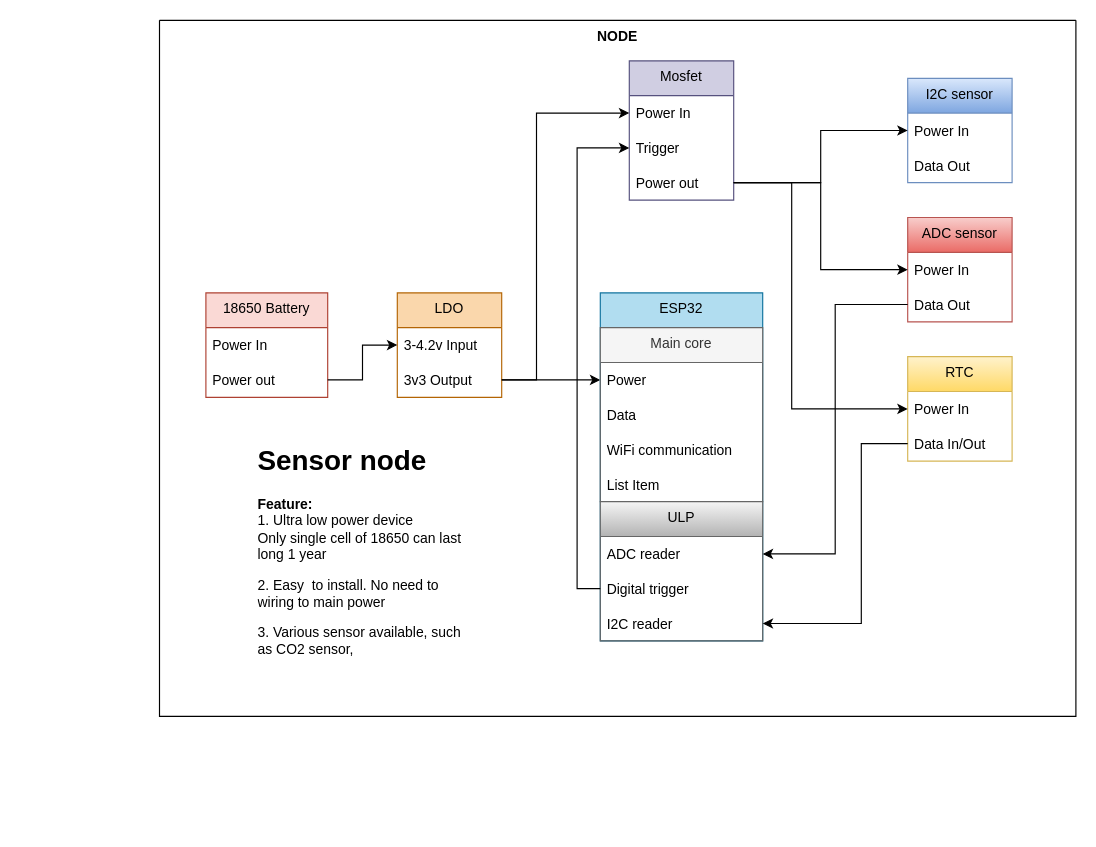
Before: page "Page-1" (1 of 2) of Untitled Diagram.drawio in tdnet12434/using_markers, a draw.io diagram. Source tidied: cells renumbered, new cells numbered last; positions are measured from the earlier drawing's top-left corner, leaving out a move shared by most shapes. Both pictures are drawn from the tidied source at 116%, with x=0, y=0 at pixel (159, 20).
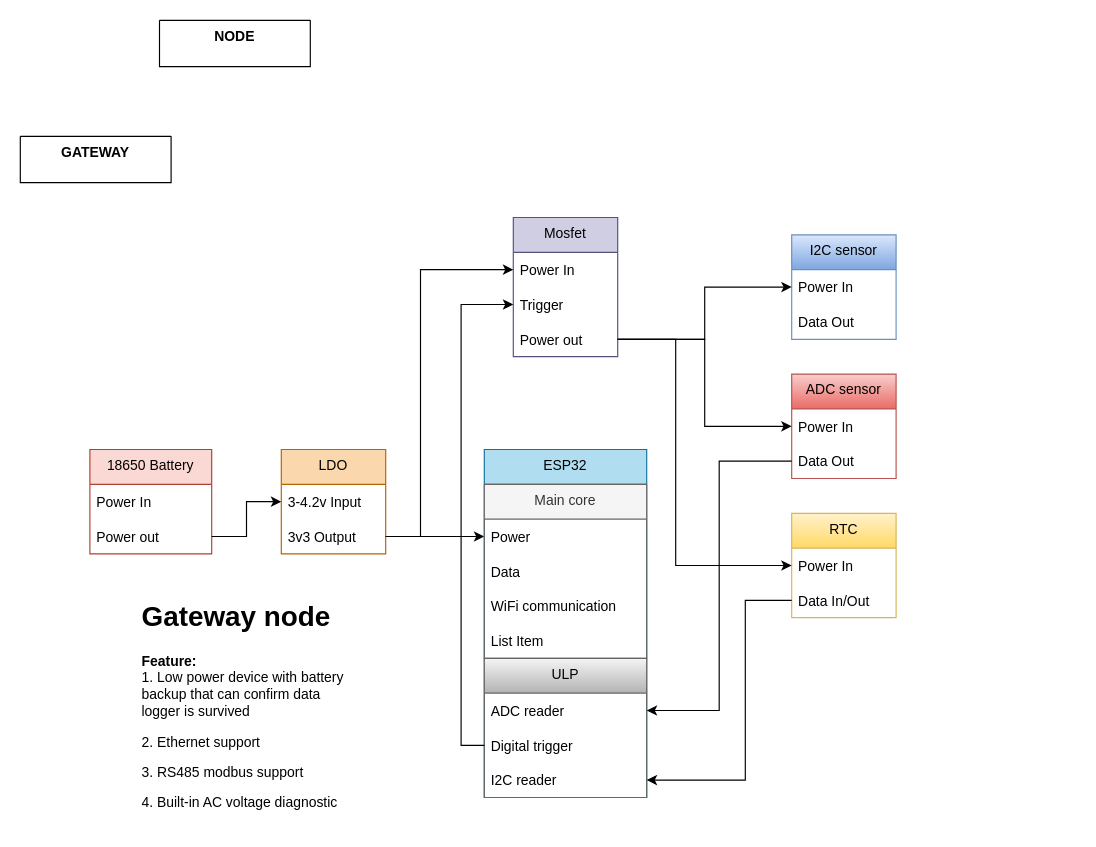
The same diagram, later.

Commit message:
Gateway description

The change refers to these unchanged cells:
```xml
<mxCell id="5" value="Data In/Out" style="text;strokeColor=none;fillColor=none;align=left;verticalAlign=middle;spacingLeft=4;spacingRight=4;overflow=hidden;points=[[0,0.5],[1,0.5]];portConstraint=eastwest;" parent="3" vertex="1">
  <mxGeometry y="60" width="90" height="30" as="geometry" />
</mxCell>
<mxCell id="7" value="3-4.2v Input" style="text;strokeColor=none;fillColor=none;align=left;verticalAlign=middle;spacingLeft=4;spacingRight=4;overflow=hidden;points=[[0,0.5],[1,0.5]];portConstraint=eastwest;" parent="6" vertex="1">
  <mxGeometry y="30" width="90" height="30" as="geometry" />
</mxCell>
<mxCell id="8" value="3v3 Output" style="text;strokeColor=none;fillColor=none;align=left;verticalAlign=middle;spacingLeft=4;spacingRight=4;overflow=hidden;points=[[0,0.5],[1,0.5]];portConstraint=eastwest;" parent="6" vertex="1">
  <mxGeometry y="60" width="90" height="30" as="geometry" />
</mxCell>
<mxCell id="11" value="Power out" style="text;strokeColor=none;fillColor=none;align=left;verticalAlign=middle;spacingLeft=4;spacingRight=4;overflow=hidden;points=[[0,0.5],[1,0.5]];portConstraint=eastwest;" parent="9" vertex="1">
  <mxGeometry y="60" width="105" height="30" as="geometry" />
</mxCell>
<mxCell id="21" value="Trigger" style="text;strokeColor=none;fillColor=none;align=left;verticalAlign=middle;spacingLeft=4;spacingRight=4;overflow=hidden;points=[[0,0.5],[1,0.5]];portConstraint=eastwest;" parent="19" vertex="1">
  <mxGeometry y="60" width="90" height="30" as="geometry" />
</mxCell>
<mxCell id="22" value="Power out" style="text;strokeColor=none;fillColor=none;align=left;verticalAlign=middle;spacingLeft=4;spacingRight=4;overflow=hidden;points=[[0,0.5],[1,0.5]];portConstraint=eastwest;" parent="19" vertex="1">
  <mxGeometry y="90" width="90" height="30" as="geometry" />
</mxCell>
<mxCell id="29" value="Power" style="text;strokeColor=none;fillColor=none;align=left;verticalAlign=middle;spacingLeft=4;spacingRight=4;overflow=hidden;points=[[0,0.5],[1,0.5]];portConstraint=eastwest;" parent="28" vertex="1">
  <mxGeometry y="30" width="140" height="30" as="geometry" />
</mxCell>
<mxCell id="34" value="ADC reader" style="text;strokeColor=none;fillColor=none;align=left;verticalAlign=middle;spacingLeft=4;spacingRight=4;overflow=hidden;points=[[0,0.5],[1,0.5]];portConstraint=eastwest;" parent="33" vertex="1">
  <mxGeometry y="30" width="140" height="30" as="geometry" />
</mxCell>
<mxCell id="35" value="Digital trigger" style="text;strokeColor=none;fillColor=none;align=left;verticalAlign=middle;spacingLeft=4;spacingRight=4;overflow=hidden;points=[[0,0.5],[1,0.5]];portConstraint=eastwest;" parent="33" vertex="1">
  <mxGeometry y="60" width="140" height="30" as="geometry" />
</mxCell>
<mxCell id="36" value="I2C reader" style="text;strokeColor=none;fillColor=none;align=left;verticalAlign=middle;spacingLeft=4;spacingRight=4;overflow=hidden;points=[[0,0.5],[1,0.5]];portConstraint=eastwest;" parent="33" vertex="1">
  <mxGeometry y="90" width="140" height="30" as="geometry" />
</mxCell>
```

Change to the diagram source:
```diff
@@
-    <mxCell id="2" value="NODE" style="swimlane;startSize=0;verticalAlign=top;" parent="1" vertex="1">
-      <mxGeometry width="790" height="600" as="geometry" />
+    <mxCell id="2" value="NODE" style="swimlane;startSize=0;verticalAlign=top;" parent="1" vertex="1" collapsed="1">
+      <mxGeometry width="130" height="40" as="geometry" />
     </mxCell>
+    <mxCell id="42" value="GATEWAY" style="swimlane;startSize=0;verticalAlign=top;" parent="1" vertex="1" collapsed="1">
+      <mxGeometry x="-120" y="100" width="130" height="40" as="geometry" />
+    </mxCell>
-    <mxCell id="3" value="RTC" style="swimlane;fontStyle=0;horizontal=1;startSize=30;verticalAlign=top;fillColor=#fff2cc;strokeColor=#d6b656;gradientColor=#ffd966;" parent="2" vertex="1">
-      <mxGeometry x="645" y="290" width="90" height="90" as="geometry" />
+    <mxCell id="3" value="RTC" style="swimlane;fontStyle=0;horizontal=1;startSize=30;verticalAlign=top;fillColor=#fff2cc;strokeColor=#d6b656;gradientColor=#ffd966;" parent="1" vertex="1">
+      <mxGeometry x="545" y="425" width="90" height="90" as="geometry" />
     </mxCell>
-    <mxCell id="4" value="Power In" style="text;strokeColor=none;fillColor=none;align=left;verticalAlign=middle;spacingLeft=4;spacingRight=4;overflow=hidden;points=[[0,0.5],[1,0.5]];portConstraint=eastwest;" parent="3" vertex="1">
-      <mxGeometry y="30" width="90" height="30" as="geometry" />
-    </mxCell>
+    <mxCell id="43" value="Power In" style="text;strokeColor=none;fillColor=none;align=left;verticalAlign=middle;spacingLeft=4;spacingRight=4;overflow=hidden;points=[[0,0.5],[1,0.5]];portConstraint=eastwest;" parent="3" vertex="1">
+      <mxGeometry y="30" width="90" height="30" as="geometry" />
+    </mxCell>
@@
-    <mxCell id="6" value="LDO" style="swimlane;fontStyle=0;horizontal=1;startSize=30;verticalAlign=top;fillColor=#fad7ac;strokeColor=#b46504;" parent="2" vertex="1">
-      <mxGeometry x="205" y="235" width="90" height="90" as="geometry" />
+    <mxCell id="6" value="LDO" style="swimlane;fontStyle=0;horizontal=1;startSize=30;verticalAlign=top;fillColor=#fad7ac;strokeColor=#b46504;" parent="1" vertex="1">
+      <mxGeometry x="105" y="370" width="90" height="90" as="geometry" />
     </mxCell>
@@
-    <mxCell id="9" value="18650 Battery" style="swimlane;fontStyle=0;horizontal=1;startSize=30;verticalAlign=top;fillColor=#fad9d5;strokeColor=#ae4132;" parent="2" vertex="1">
-      <mxGeometry x="40" y="235" width="105" height="90" as="geometry" />
+    <mxCell id="9" value="18650 Battery" style="swimlane;fontStyle=0;horizontal=1;startSize=30;verticalAlign=top;fillColor=#fad9d5;strokeColor=#ae4132;" parent="1" vertex="1">
+      <mxGeometry x="-60" y="370" width="105" height="90" as="geometry" />
     </mxCell>
@@
-    <mxCell id="12" value="ADC sensor" style="swimlane;fontStyle=0;horizontal=1;startSize=30;verticalAlign=top;fillColor=#f8cecc;strokeColor=#b85450;gradientColor=#ea6b66;" parent="2" vertex="1">
-      <mxGeometry x="645" y="170" width="90" height="90" as="geometry" />
+    <mxCell id="12" value="ADC sensor" style="swimlane;fontStyle=0;horizontal=1;startSize=30;verticalAlign=top;fillColor=#f8cecc;strokeColor=#b85450;gradientColor=#ea6b66;" parent="1" vertex="1">
+      <mxGeometry x="545" y="305" width="90" height="90" as="geometry" />
     </mxCell>
-    <mxCell id="13" value="Power In" style="text;strokeColor=none;fillColor=none;align=left;verticalAlign=middle;spacingLeft=4;spacingRight=4;overflow=hidden;points=[[0,0.5],[1,0.5]];portConstraint=eastwest;" parent="12" vertex="1">
-      <mxGeometry y="30" width="90" height="30" as="geometry" />
-    </mxCell>
-    <mxCell id="14" value="Data Out" style="text;strokeColor=none;fillColor=none;align=left;verticalAlign=middle;spacingLeft=4;spacingRight=4;overflow=hidden;points=[[0,0.5],[1,0.5]];portConstraint=eastwest;" parent="12" vertex="1">
-      <mxGeometry y="60" width="90" height="30" as="geometry" />
-    </mxCell>
+    <mxCell id="44" value="Power In" style="text;strokeColor=none;fillColor=none;align=left;verticalAlign=middle;spacingLeft=4;spacingRight=4;overflow=hidden;points=[[0,0.5],[1,0.5]];portConstraint=eastwest;" parent="12" vertex="1">
+      <mxGeometry y="30" width="90" height="30" as="geometry" />
+    </mxCell>
+    <mxCell id="45" value="Data Out" style="text;strokeColor=none;fillColor=none;align=left;verticalAlign=middle;spacingLeft=4;spacingRight=4;overflow=hidden;points=[[0,0.5],[1,0.5]];portConstraint=eastwest;" parent="12" vertex="1">
+      <mxGeometry y="60" width="90" height="30" as="geometry" />
+    </mxCell>
-    <mxCell id="15" value="I2C sensor" style="swimlane;fontStyle=0;horizontal=1;startSize=30;verticalAlign=top;fillColor=#dae8fc;strokeColor=#6c8ebf;gradientColor=#7ea6e0;" parent="2" vertex="1">
-      <mxGeometry x="645" y="50" width="90" height="90" as="geometry" />
+    <mxCell id="15" value="I2C sensor" style="swimlane;fontStyle=0;horizontal=1;startSize=30;verticalAlign=top;fillColor=#dae8fc;strokeColor=#6c8ebf;gradientColor=#7ea6e0;" parent="1" vertex="1">
+      <mxGeometry x="545" y="185" width="90" height="90" as="geometry" />
     </mxCell>
-    <mxCell id="16" value="Power In" style="text;strokeColor=none;fillColor=none;align=left;verticalAlign=middle;spacingLeft=4;spacingRight=4;overflow=hidden;points=[[0,0.5],[1,0.5]];portConstraint=eastwest;" parent="15" vertex="1">
-      <mxGeometry y="30" width="90" height="30" as="geometry" />
-    </mxCell>
-    <mxCell id="17" value="Data Out" style="text;strokeColor=none;fillColor=none;align=left;verticalAlign=middle;spacingLeft=4;spacingRight=4;overflow=hidden;" parent="15" vertex="1">
-      <mxGeometry y="60" width="90" height="30" as="geometry" />
-    </mxCell>
+    <mxCell id="46" value="Power In" style="text;strokeColor=none;fillColor=none;align=left;verticalAlign=middle;spacingLeft=4;spacingRight=4;overflow=hidden;points=[[0,0.5],[1,0.5]];portConstraint=eastwest;" parent="15" vertex="1">
+      <mxGeometry y="30" width="90" height="30" as="geometry" />
+    </mxCell>
+    <mxCell id="47" value="Data Out" style="text;strokeColor=none;fillColor=none;align=left;verticalAlign=middle;spacingLeft=4;spacingRight=4;overflow=hidden;" parent="15" vertex="1">
+      <mxGeometry y="60" width="90" height="30" as="geometry" />
+    </mxCell>
-    <mxCell id="18" style="edgeStyle=orthogonalEdgeStyle;rounded=0;jettySize=auto;html=1;entryX=0;entryY=0.5;entryDx=0;entryDy=0;" parent="2" edge="1" source="11" target="7">
+    <mxCell id="18" style="edgeStyle=orthogonalEdgeStyle;rounded=0;jettySize=auto;html=1;entryX=0;entryY=0.5;entryDx=0;entryDy=0;" parent="1" edge="1" source="11" target="7">
       <mxGeometry relative="1" as="geometry" />
     </mxCell>
-    <mxCell id="19" value="Mosfet" style="swimlane;fontStyle=0;horizontal=1;startSize=30;verticalAlign=top;fillColor=#d0cee2;strokeColor=#56517e;" parent="2" vertex="1">
-      <mxGeometry x="405" y="35" width="90" height="120" as="geometry" />
+    <mxCell id="19" value="Mosfet" style="swimlane;fontStyle=0;horizontal=1;startSize=30;verticalAlign=top;fillColor=#d0cee2;strokeColor=#56517e;" parent="1" vertex="1">
+      <mxGeometry x="305" y="170" width="90" height="120" as="geometry" />
     </mxCell>
-    <mxCell id="20" value="Power In" style="text;strokeColor=none;fillColor=none;align=left;verticalAlign=middle;spacingLeft=4;spacingRight=4;overflow=hidden;points=[[0,0.5],[1,0.5]];portConstraint=eastwest;" parent="19" vertex="1">
-      <mxGeometry y="30" width="90" height="30" as="geometry" />
-    </mxCell>
+    <mxCell id="48" value="Power In" style="text;strokeColor=none;fillColor=none;align=left;verticalAlign=middle;spacingLeft=4;spacingRight=4;overflow=hidden;points=[[0,0.5],[1,0.5]];portConstraint=eastwest;" parent="19" vertex="1">
+      <mxGeometry y="30" width="90" height="30" as="geometry" />
+    </mxCell>
@@
-    <mxCell id="23" style="edgeStyle=orthogonalEdgeStyle;rounded=0;jettySize=auto;html=1;exitX=1;exitY=0.5;exitDx=0;exitDy=0;" parent="2" edge="1" source="22" target="16">
-      <mxGeometry relative="1" as="geometry" />
-    </mxCell>
-    <mxCell id="24" style="edgeStyle=orthogonalEdgeStyle;rounded=0;jettySize=auto;html=1;exitX=1;exitY=0.5;exitDx=0;exitDy=0;entryX=0;entryY=0.5;entryDx=0;entryDy=0;" parent="2" edge="1" source="22" target="13">
-      <mxGeometry relative="1" as="geometry" />
-    </mxCell>
-    <mxCell id="25" style="edgeStyle=orthogonalEdgeStyle;rounded=0;jettySize=auto;html=1;exitX=1;exitY=0.5;exitDx=0;exitDy=0;" parent="2" edge="1" source="22" target="4">
-      <mxGeometry relative="1" as="geometry">
-        <Array as="points">
-          <mxPoint x="545" y="140" />
-          <mxPoint x="545" y="335" />
-        </Array>
-      </mxGeometry>
-    </mxCell>
+    <mxCell id="49" style="edgeStyle=orthogonalEdgeStyle;rounded=0;jettySize=auto;html=1;exitX=1;exitY=0.5;exitDx=0;exitDy=0;" parent="1" edge="1" source="22" target="46">
+      <mxGeometry relative="1" as="geometry" />
+    </mxCell>
+    <mxCell id="50" style="edgeStyle=orthogonalEdgeStyle;rounded=0;jettySize=auto;html=1;exitX=1;exitY=0.5;exitDx=0;exitDy=0;entryX=0;entryY=0.5;entryDx=0;entryDy=0;" parent="1" edge="1" source="22" target="44">
+      <mxGeometry relative="1" as="geometry" />
+    </mxCell>
+    <mxCell id="51" style="edgeStyle=orthogonalEdgeStyle;rounded=0;jettySize=auto;html=1;exitX=1;exitY=0.5;exitDx=0;exitDy=0;" parent="1" edge="1" source="22" target="43">
+      <mxGeometry relative="1" as="geometry">
+        <Array as="points">
+          <mxPoint x="445" y="275" />
+          <mxPoint x="445" y="470" />
+        </Array>
+      </mxGeometry>
+    </mxCell>
-    <mxCell id="26" style="edgeStyle=orthogonalEdgeStyle;rounded=0;jettySize=auto;html=1;exitX=1;exitY=0.5;exitDx=0;exitDy=0;entryX=0;entryY=0.5;entryDx=0;entryDy=0;" parent="2" edge="1" source="8" target="29">
+    <mxCell id="26" style="edgeStyle=orthogonalEdgeStyle;rounded=0;jettySize=auto;html=1;exitX=1;exitY=0.5;exitDx=0;exitDy=0;entryX=0;entryY=0.5;entryDx=0;entryDy=0;" parent="1" edge="1" source="8" target="29">
       <mxGeometry relative="1" as="geometry" />
     </mxCell>
-    <mxCell id="27" value="ESP32" style="swimlane;fontStyle=0;horizontal=1;startSize=30;verticalAlign=top;fillColor=#b1ddf0;strokeColor=#10739e;" parent="2" vertex="1">
-      <mxGeometry x="380" y="235" width="140" height="300" as="geometry" />
+    <mxCell id="27" value="ESP32" style="swimlane;fontStyle=0;horizontal=1;startSize=30;verticalAlign=top;fillColor=#b1ddf0;strokeColor=#10739e;" parent="1" vertex="1">
+      <mxGeometry x="280" y="370" width="140" height="300" as="geometry" />
     </mxCell>
@@
-    <mxCell id="37" style="edgeStyle=orthogonalEdgeStyle;rounded=0;jettySize=auto;html=1;exitX=1;exitY=0.5;exitDx=0;exitDy=0;entryX=0;entryY=0.5;entryDx=0;entryDy=0;" parent="2" edge="1" source="8" target="20">
-      <mxGeometry relative="1" as="geometry">
-        <Array as="points">
-          <mxPoint x="325" y="310" />
-          <mxPoint x="325" y="80" />
-        </Array>
-      </mxGeometry>
-    </mxCell>
+    <mxCell id="52" style="edgeStyle=orthogonalEdgeStyle;rounded=0;jettySize=auto;html=1;exitX=1;exitY=0.5;exitDx=0;exitDy=0;entryX=0;entryY=0.5;entryDx=0;entryDy=0;" parent="1" edge="1" source="8" target="48">
+      <mxGeometry relative="1" as="geometry">
+        <Array as="points">
+          <mxPoint x="225" y="445" />
+          <mxPoint x="225" y="215" />
+        </Array>
+      </mxGeometry>
+    </mxCell>
-    <mxCell id="38" style="edgeStyle=orthogonalEdgeStyle;rounded=0;jettySize=auto;html=1;entryX=0;entryY=0.5;entryDx=0;entryDy=0;" parent="2" edge="1" source="35" target="21">
+    <mxCell id="38" style="edgeStyle=orthogonalEdgeStyle;rounded=0;jettySize=auto;html=1;entryX=0;entryY=0.5;entryDx=0;entryDy=0;" parent="1" edge="1" source="35" target="21">
       <mxGeometry relative="1" as="geometry" />
     </mxCell>
-    <mxCell id="39" style="edgeStyle=orthogonalEdgeStyle;rounded=0;jettySize=auto;html=1;exitX=0;exitY=0.5;exitDx=0;exitDy=0;entryX=1;entryY=0.5;entryDx=0;entryDy=0;" parent="2" edge="1" source="14" target="34">
-      <mxGeometry relative="1" as="geometry" />
-    </mxCell>
+    <mxCell id="53" style="edgeStyle=orthogonalEdgeStyle;rounded=0;jettySize=auto;html=1;exitX=0;exitY=0.5;exitDx=0;exitDy=0;entryX=1;entryY=0.5;entryDx=0;entryDy=0;" parent="1" edge="1" source="45" target="34">
+      <mxGeometry relative="1" as="geometry" />
+    </mxCell>
-    <mxCell id="40" style="edgeStyle=orthogonalEdgeStyle;rounded=0;jettySize=auto;html=1;" parent="2" edge="1" source="5" target="36">
+    <mxCell id="40" style="edgeStyle=orthogonalEdgeStyle;rounded=0;jettySize=auto;html=1;" parent="1" edge="1" source="5" target="36">
       <mxGeometry relative="1" as="geometry">
         <Array as="points">
-          <mxPoint x="605" y="365" />
-          <mxPoint x="605" y="520" />
+          <mxPoint x="505" y="500" />
+          <mxPoint x="505" y="655" />
         </Array>
       </mxGeometry>
     </mxCell>
-    <mxCell id="41" value="&lt;h1&gt;Sensor node&lt;/h1&gt;&lt;p&gt;&lt;b&gt;Feature:&amp;nbsp;&lt;/b&gt;&lt;br&gt;1. Ultra low power device&amp;nbsp;&lt;br&gt;Only single cell of 18650 can last long 1 year&lt;/p&gt;&lt;p&gt;2. Easy&amp;nbsp; to install. No need to wiring to main power&lt;/p&gt;&lt;p&gt;3. Various sensor available, such as CO2 sensor,&amp;nbsp;&lt;/p&gt;" style="text;html=1;strokeColor=none;fillColor=none;spacing=5;spacingTop=-20;whiteSpace=wrap;overflow=hidden;rounded=0;verticalAlign=top;" parent="2" vertex="1">
-      <mxGeometry x="80" y="360" width="190" height="200" as="geometry" />
-    </mxCell>
+    <mxCell id="54" value="&lt;h1&gt;Gateway node&lt;/h1&gt;&lt;p&gt;&lt;b&gt;Feature:&amp;nbsp;&lt;/b&gt;&lt;br&gt;1. Low power device with battery backup that can confirm data logger is survived&lt;br&gt;&lt;/p&gt;&lt;p&gt;2. Ethernet support&lt;/p&gt;&lt;p&gt;3. RS485 modbus support&lt;/p&gt;&lt;p&gt;4. Built-in AC voltage&amp;nbsp;diagnostic&lt;/p&gt;" style="text;html=1;strokeColor=none;fillColor=none;spacing=5;spacingTop=-20;whiteSpace=wrap;overflow=hidden;rounded=0;verticalAlign=top;" parent="1" vertex="1">
+      <mxGeometry x="-20" y="495" width="190" height="200" as="geometry" />
+    </mxCell>
```
